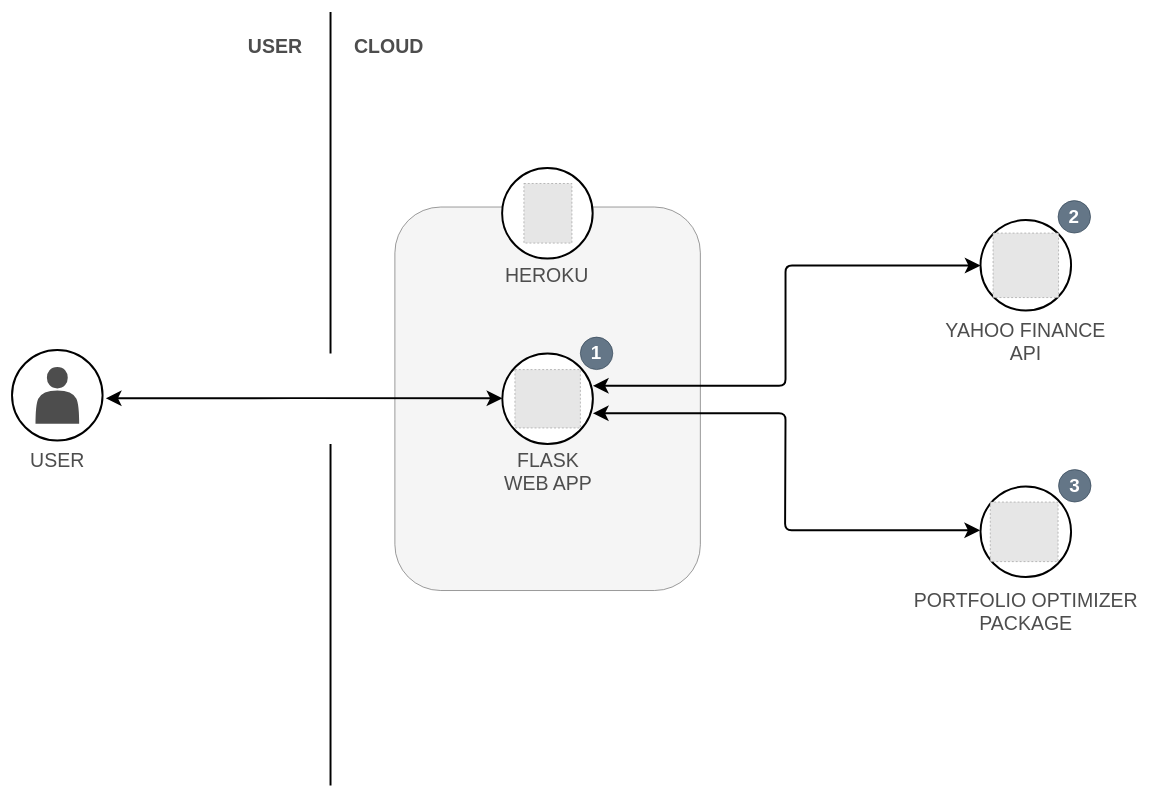
kristianbonnici/portfolio-optimization-web-app keeps this draw.io diagram as portfoliodash/static/images/Portfolio-Optimizer-Architecture.drawio. Above is the earlier version. Source tidied: cells renumbered, new cells numbered last; positions are measured from the earlier drawing's top-left corner, leaving out a move shared by most shapes. Both pictures are drawn from the tidied source at 65%, with x=0, y=0 at pixel (12, 12). Pictures stored in the file or linked from it are replaced by grey dashed boxes.
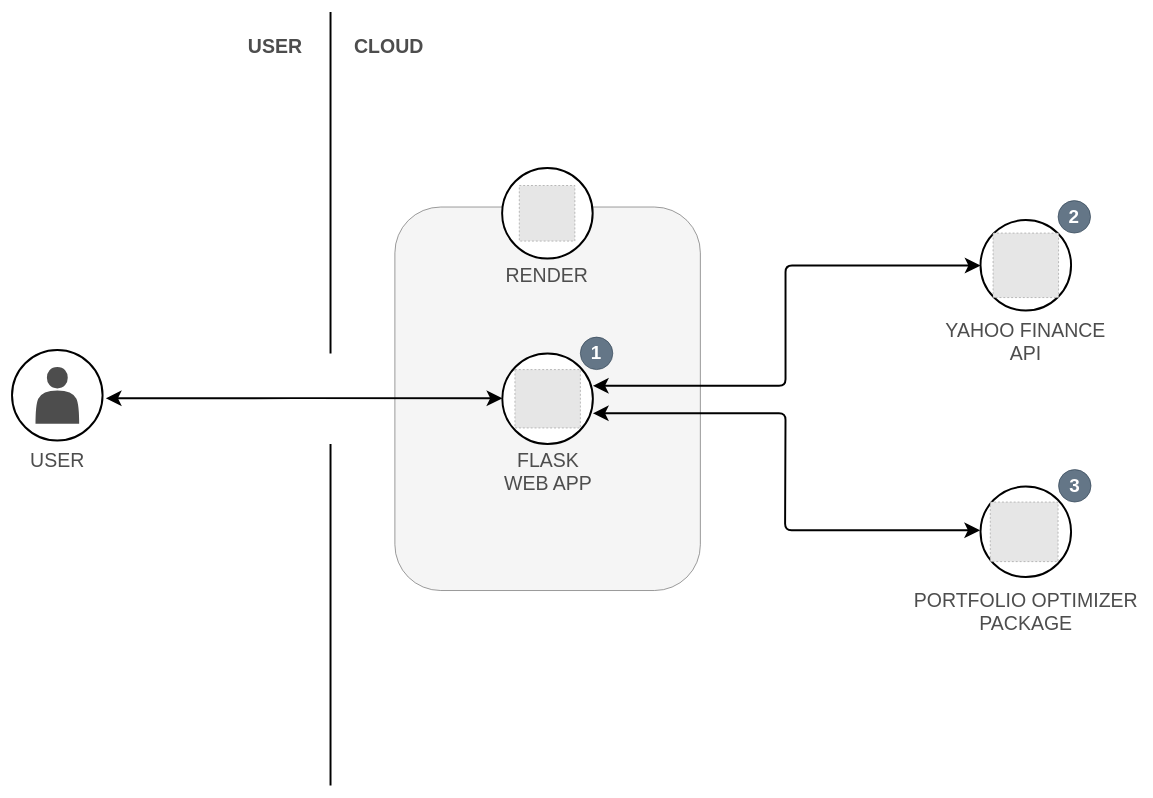
Above is the later version.

The edit, as a diff of the source:
```diff
@@
-    <mxCell id="9" value="HEROKU" style="text;html=1;strokeColor=none;fillColor=none;align=center;verticalAlign=middle;whiteSpace=wrap;rounded=0;strokeWidth=0;fontSize=30;fontColor=#4D4D4D;" parent="1" vertex="1">
+    <mxCell id="9" value="RENDER" style="text;html=1;strokeColor=none;fillColor=none;align=center;verticalAlign=middle;whiteSpace=wrap;rounded=0;strokeWidth=0;fontSize=30;fontColor=#4D4D4D;" parent="1" vertex="1">
       <mxGeometry x="763" y="379.3" width="120.3" height="50.7" as="geometry" />
     </mxCell>
@@
-    <mxCell id="23" style="fillColor=#E6E6E6;strokeColor=#999999;dashed=1;verticalLabelPosition=bottom;labelBackgroundColor=#ffffff;verticalAlign=top;" parent="1" vertex="1">
-      <mxGeometry x="787.5" y="263.8" width="73.9" height="91.7" as="geometry" />
-    </mxCell>
@@
+    <mxCell id="28" style="fillColor=#E6E6E6;strokeColor=#999999;dashed=1;verticalLabelPosition=bottom;labelBackgroundColor=default;verticalAlign=top;" parent="1" vertex="1">
+      <mxGeometry x="780.4" y="266.9" width="85.5" height="85.5" as="geometry" />
+    </mxCell>
```
